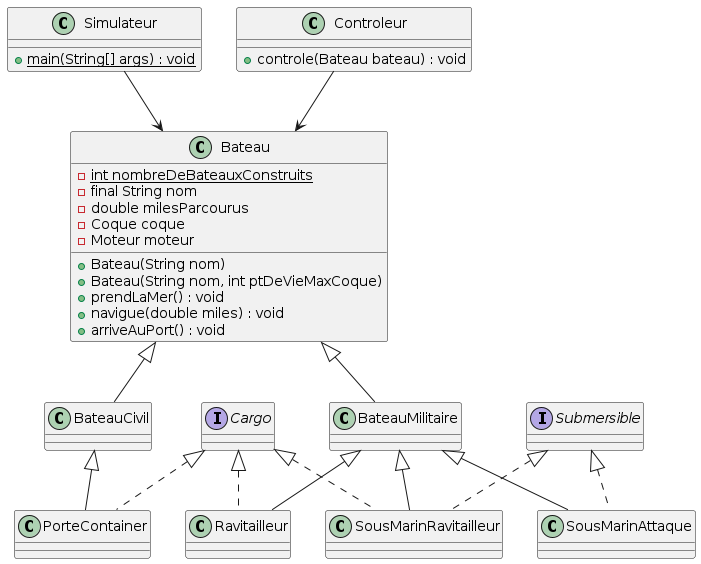
Earlier version of the PlantUML export uml/diagramme_classes_simulateur_bateau.png (thau-emile/batal).
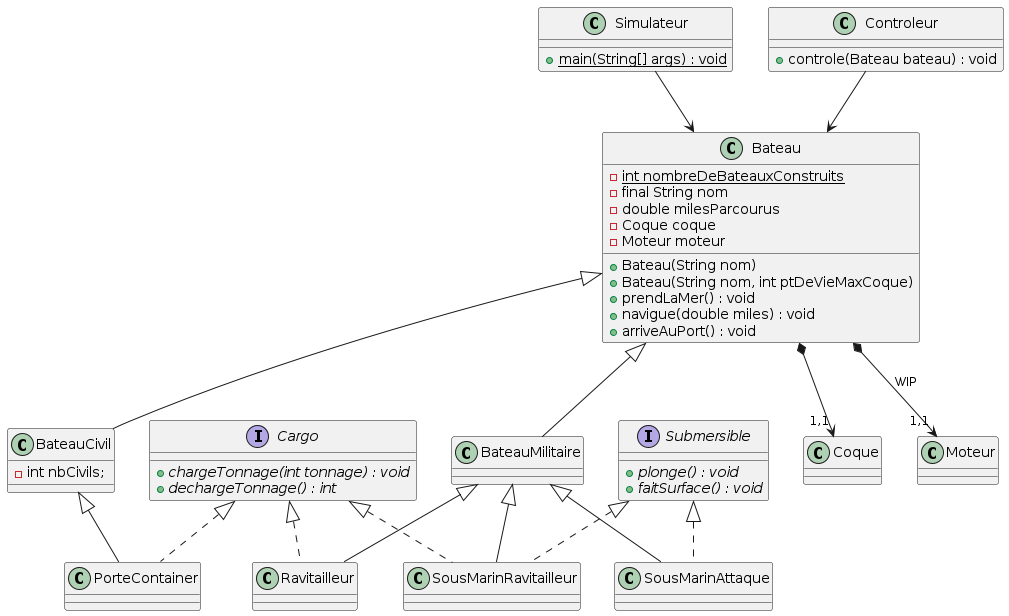
The same diagram one commit later.

Commit message:
Update class diagramm

What changed in the source:
```diff
@@ -23,15 +23,20 @@
 }
 
 Class BateauCivil{
+- int nbCivils;
 }
 
 Class BateauMilitaire{
 }
 
 interface Cargo{
++ {abstract} chargeTonnage(int tonnage) : void
++ {abstract} dechargeTonnage() : int
 }
 
 interface Submersible{
++ {abstract} plonge() : void
++ {abstract} faitSurface() : void
 }
 
 Class PorteContainer{
@@ -46,9 +51,18 @@
 Class SousMarinRavitailleur{
 }
 
+Class Coque{
+}
+
+Class Moteur{
+}
+
 Simulateur --> Bateau
 
 Controleur --> Bateau
+
+Bateau *--> "1,1" Coque
+Bateau *--> "1,1" Moteur : WIP
 
 Bateau <|-- BateauCivil
 
```
